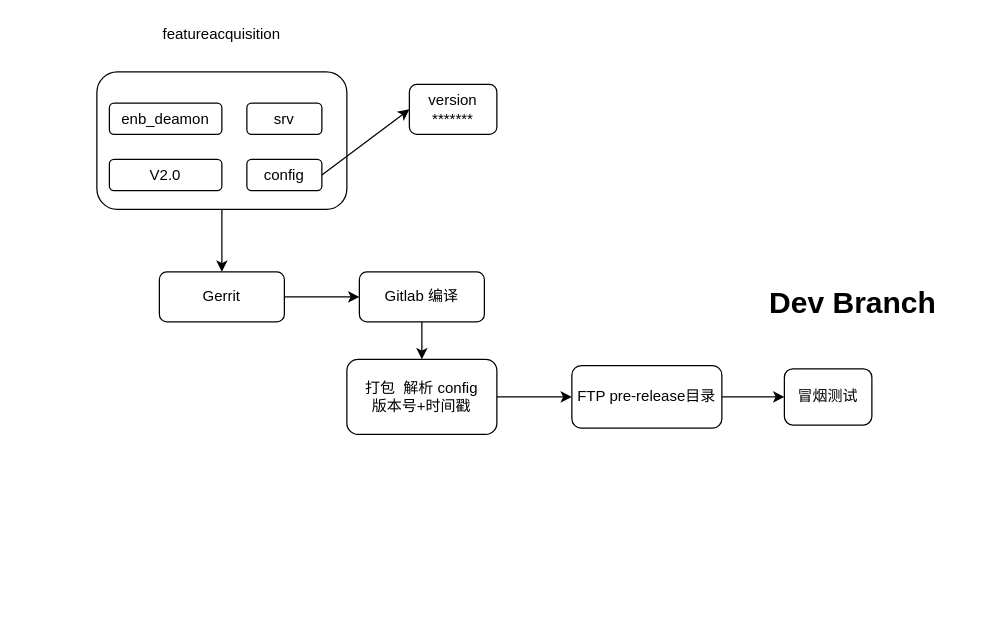
Above: release process.drawio in Chenguoqing2008/drawio (draw.io), before the change. Source tidied: cells renumbered, new cells numbered last; positions are measured from the earlier drawing's top-left corner, leaving out a move shared by most shapes. Both pictures are drawn from the tidied source at 125%, with x=0, y=0 at pixel (96, 21).
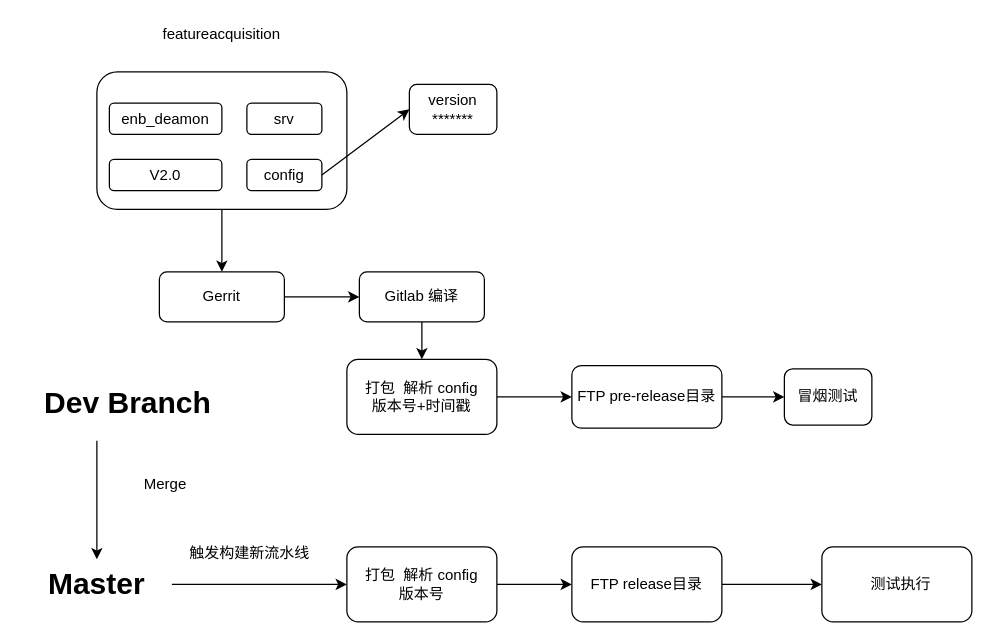
The same page after the edit.

Diff of the diagram source:
```diff
@@
     <mxCell id="20" value="&lt;font style=&quot;font-size: 24px&quot;&gt;&lt;b&gt;Dev Branch&lt;/b&gt;&lt;/font&gt;" style="text;html=1;strokeColor=none;fillColor=none;align=center;verticalAlign=middle;whiteSpace=wrap;rounded=0;" parent="1" vertex="1">
-      <mxGeometry x="530" y="200" width="150" height="50" as="geometry" />
+      <mxGeometry x="-50" y="280" width="150" height="50" as="geometry" />
     </mxCell>
+    <mxCell id="21" value="&lt;span style=&quot;font-size: 24px&quot;&gt;&lt;b&gt;Master&lt;/b&gt;&lt;/span&gt;" style="text;html=1;strokeColor=none;fillColor=none;align=center;verticalAlign=middle;whiteSpace=wrap;rounded=0;" parent="1" vertex="1">
+      <mxGeometry x="-60" y="430" width="120" height="40" as="geometry" />
+    </mxCell>
+    <mxCell id="22" style="edgeStyle=orthogonalEdgeStyle;rounded=0;jettySize=auto;html=1;exitX=1;exitY=0.5;exitDx=0;exitDy=0;entryX=0;entryY=0.5;entryDx=0;entryDy=0;" parent="1" edge="1" source="23" target="29">
+      <mxGeometry relative="1" as="geometry" />
+    </mxCell>
+    <mxCell id="23" value="打包&amp;nbsp; 解析 config&lt;br&gt;版本号" style="rounded=1;whiteSpace=wrap;html=1;" parent="1" vertex="1">
+      <mxGeometry x="200" y="420" width="120" height="60" as="geometry" />
+    </mxCell>
+    <mxCell id="24" style="endArrow=classic;html=1;entryX=0.5;entryY=0;entryDx=0;entryDy=0;" parent="1" edge="1" target="21">
+      <mxGeometry relative="1" as="geometry">
+        <mxPoint y="335" as="sourcePoint" />
+      </mxGeometry>
+    </mxCell>
+    <mxCell id="25" value="Merge" style="text;html=1;strokeColor=none;fillColor=none;align=center;verticalAlign=middle;whiteSpace=wrap;rounded=0;" parent="1" vertex="1">
+      <mxGeometry x="35" y="360" width="40" height="20" as="geometry" />
+    </mxCell>
+    <mxCell id="26" style="endArrow=classic;html=1;entryX=0;entryY=0.5;entryDx=0;entryDy=0;exitX=1;exitY=0.5;exitDx=0;exitDy=0;" parent="1" edge="1" source="21" target="23">
+      <mxGeometry relative="1" as="geometry" />
+    </mxCell>
+    <mxCell id="27" value="触发构建新流水线" style="text;html=1;strokeColor=none;fillColor=none;align=center;verticalAlign=middle;whiteSpace=wrap;rounded=0;" parent="1" vertex="1">
+      <mxGeometry x="65" y="410" width="115" height="30" as="geometry" />
+    </mxCell>
+    <mxCell id="28" style="edgeStyle=orthogonalEdgeStyle;rounded=0;jettySize=auto;html=1;exitX=1;exitY=0.5;exitDx=0;exitDy=0;entryX=0;entryY=0.5;entryDx=0;entryDy=0;" parent="1" edge="1" source="29" target="30">
+      <mxGeometry relative="1" as="geometry" />
+    </mxCell>
+    <mxCell id="29" value="FTP release目录" style="rounded=1;whiteSpace=wrap;html=1;" parent="1" vertex="1">
+      <mxGeometry x="380" y="420" width="120" height="60" as="geometry" />
+    </mxCell>
+    <mxCell id="30" value="&amp;nbsp; 测试执行" style="rounded=1;whiteSpace=wrap;html=1;" parent="1" vertex="1">
+      <mxGeometry x="580" y="420" width="120" height="60" as="geometry" />
+    </mxCell>
```
